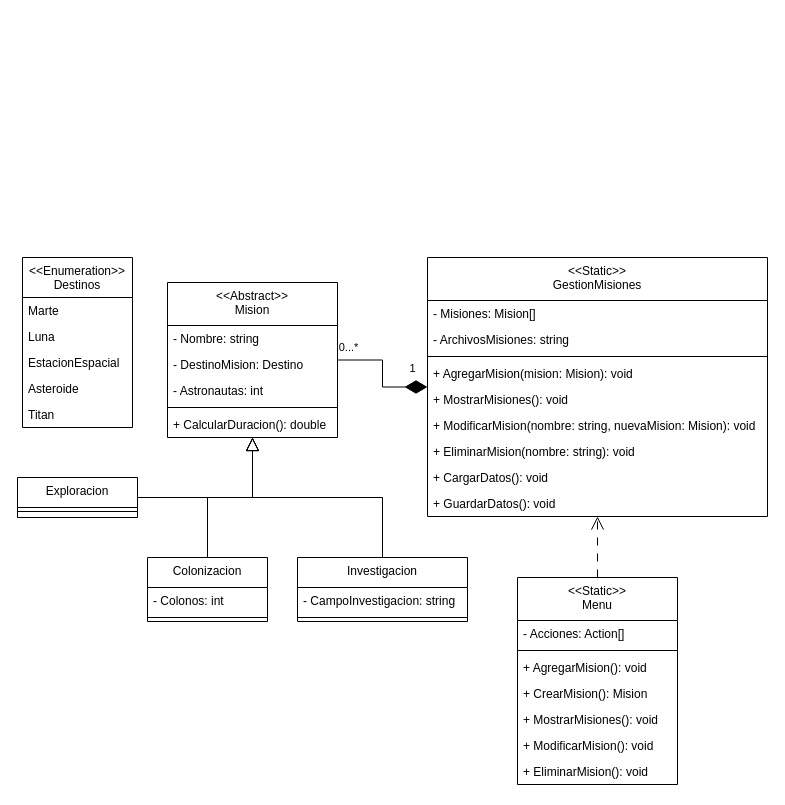
The draw.io diagram Persistencia/AgenciaEspacial/misiones.drawio in fede-vazquez/clases_cs, before the edit. Source tidied: cells renumbered, new cells numbered last; positions are measured from the earlier drawing's top-left corner, leaving out a move shared by most shapes. Both pictures are drawn from the tidied source at 100%, with x=0, y=0 at pixel (17, 257).
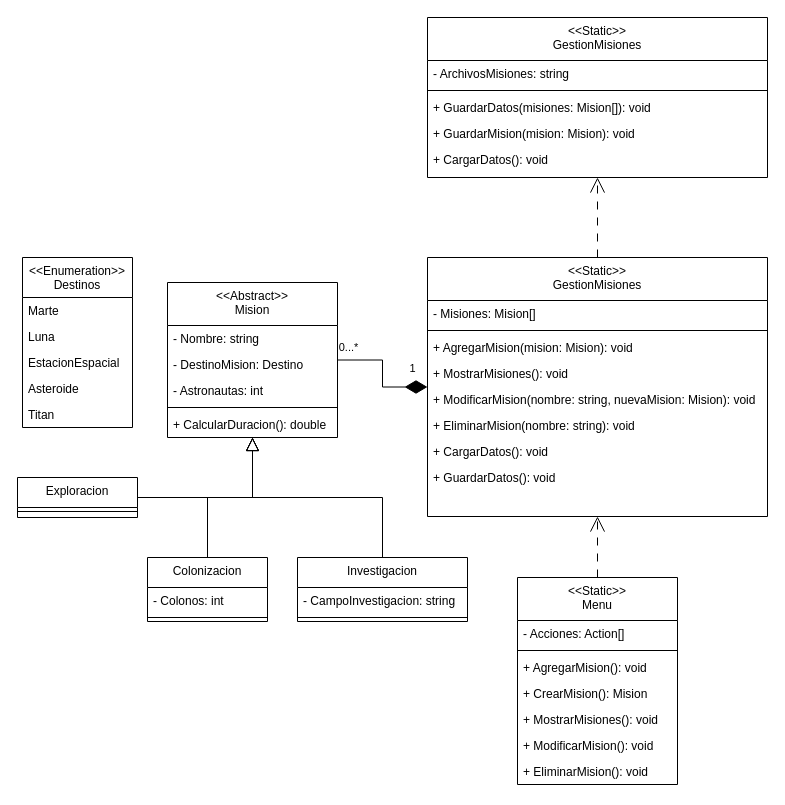
Above is the later version.

The change refers to these unchanged cells:
```xml
<mxCell id="25" value="&lt;&lt;Static&gt;&gt;&#10;GestionMisiones" style="swimlane;fontStyle=0;align=center;verticalAlign=top;horizontal=1;startSize=43;rounded=0;shadow=0;strokeWidth=1;" parent="1" vertex="1">
  <mxGeometry x="410" width="340" height="259" as="geometry" />
</mxCell>
<mxCell id="35" value="&lt;&lt;Static&gt;&gt;&#10;Menu" style="swimlane;fontStyle=0;align=center;verticalAlign=top;horizontal=1;startSize=43;rounded=0;shadow=0;strokeWidth=1;" parent="1" vertex="1">
  <mxGeometry x="500" y="320" width="160" height="207" as="geometry" />
</mxCell>
```

What changed in the source:
```diff
@@
+    <mxCell id="47" style="edgeStyle=orthogonalEdgeStyle;rounded=0;jettySize=auto;html=1;dashed=1;dashPattern=8 8;endArrow=open;endFill=0;endSize=13;" parent="1" edge="1" source="25" target="48">
+      <mxGeometry relative="1" as="geometry" />
+    </mxCell>
@@
-    <mxCell id="27" value="- ArchivosMisiones: string" style="text;align=left;verticalAlign=top;spacingLeft=4;spacingRight=4;overflow=hidden;" parent="25" vertex="1">
-      <mxGeometry y="69" width="340" height="26" as="geometry" />
-    </mxCell>
     <mxCell id="28" style="line;html=1;strokeWidth=1;align=left;verticalAlign=middle;spacingTop=-1;spacingLeft=3;spacingRight=3;labelPosition=right;" parent="25" vertex="1">
-      <mxGeometry y="95" width="340" height="8" as="geometry" />
+      <mxGeometry y="69" width="340" height="8" as="geometry" />
     </mxCell>
     <mxCell id="29" value="+ AgregarMision(mision: Mision): void" style="text;align=left;verticalAlign=top;spacingLeft=4;spacingRight=4;overflow=hidden;" parent="25" vertex="1">
-      <mxGeometry y="103" width="340" height="26" as="geometry" />
+      <mxGeometry y="77" width="340" height="26" as="geometry" />
     </mxCell>
     <mxCell id="30" value="+ MostrarMisiones(): void" style="text;align=left;verticalAlign=top;spacingLeft=4;spacingRight=4;overflow=hidden;" parent="25" vertex="1">
-      <mxGeometry y="129" width="340" height="26" as="geometry" />
+      <mxGeometry y="103" width="340" height="26" as="geometry" />
     </mxCell>
     <mxCell id="31" value="+ ModificarMision(nombre: string, nuevaMision: Mision): void" style="text;align=left;verticalAlign=top;spacingLeft=4;spacingRight=4;overflow=hidden;" parent="25" vertex="1">
-      <mxGeometry y="155" width="340" height="26" as="geometry" />
+      <mxGeometry y="129" width="340" height="26" as="geometry" />
     </mxCell>
     <mxCell id="32" value="+ EliminarMision(nombre: string): void" style="text;align=left;verticalAlign=top;spacingLeft=4;spacingRight=4;overflow=hidden;" parent="25" vertex="1">
-      <mxGeometry y="181" width="340" height="26" as="geometry" />
+      <mxGeometry y="155" width="340" height="26" as="geometry" />
     </mxCell>
     <mxCell id="33" value="+ CargarDatos(): void" style="text;align=left;verticalAlign=top;spacingLeft=4;spacingRight=4;overflow=hidden;" parent="25" vertex="1">
-      <mxGeometry y="207" width="340" height="26" as="geometry" />
+      <mxGeometry y="181" width="340" height="26" as="geometry" />
     </mxCell>
     <mxCell id="34" value="+ GuardarDatos(): void" style="text;align=left;verticalAlign=top;spacingLeft=4;spacingRight=4;overflow=hidden;" parent="25" vertex="1">
-      <mxGeometry y="233" width="340" height="26" as="geometry" />
+      <mxGeometry y="207" width="340" height="26" as="geometry" />
     </mxCell>
@@
-    <mxCell id="46" style="endArrow=open;html=1;rounded=0;edgeStyle=orthogonalEdgeStyle;endFill=0;endSize=11;dashed=1;dashPattern=8 8;" parent="1" edge="1" source="35" target="25">
+    <mxCell id="46" style="endArrow=open;html=1;rounded=0;edgeStyle=orthogonalEdgeStyle;endFill=0;endSize=13;dashed=1;dashPattern=8 8;" parent="1" edge="1" source="35" target="25">
       <mxGeometry relative="1" as="geometry" />
     </mxCell>
+    <mxCell id="48" value="&lt;&lt;Static&gt;&gt;&#10;GestionMisiones" style="swimlane;fontStyle=0;align=center;verticalAlign=top;horizontal=1;startSize=43;rounded=0;shadow=0;strokeWidth=1;" parent="1" vertex="1">
+      <mxGeometry x="410" y="-240" width="340" height="160" as="geometry" />
+    </mxCell>
+    <mxCell id="27" value="- ArchivosMisiones: string" style="text;align=left;verticalAlign=top;spacingLeft=4;spacingRight=4;overflow=hidden;" parent="48" vertex="1">
+      <mxGeometry y="43" width="340" height="26" as="geometry" />
+    </mxCell>
+    <mxCell id="49" style="line;html=1;strokeWidth=1;align=left;verticalAlign=middle;spacingTop=-1;spacingLeft=3;spacingRight=3;labelPosition=right;" parent="48" vertex="1">
+      <mxGeometry y="69" width="340" height="8" as="geometry" />
+    </mxCell>
+    <mxCell id="50" value="+ GuardarDatos(misiones: Mision[]): void" style="text;align=left;verticalAlign=top;spacingLeft=4;spacingRight=4;overflow=hidden;" parent="48" vertex="1">
+      <mxGeometry y="77" width="340" height="26" as="geometry" />
+    </mxCell>
+    <mxCell id="51" value="+ GuardarMision(mision: Mision): void" style="text;align=left;verticalAlign=top;spacingLeft=4;spacingRight=4;overflow=hidden;" parent="48" vertex="1">
+      <mxGeometry y="103" width="340" height="26" as="geometry" />
+    </mxCell>
+    <mxCell id="52" value="+ CargarDatos(): void" style="text;align=left;verticalAlign=top;spacingLeft=4;spacingRight=4;overflow=hidden;" parent="48" vertex="1">
+      <mxGeometry y="129" width="340" height="26" as="geometry" />
+    </mxCell>
```
